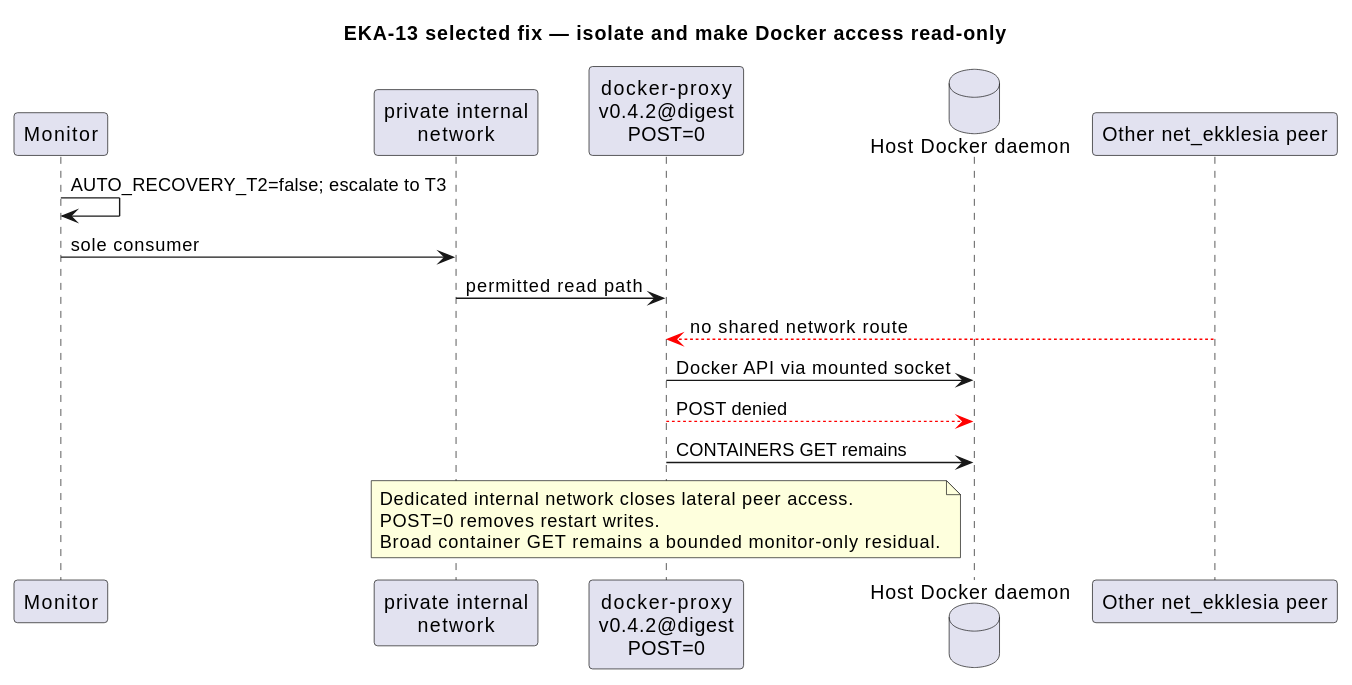
Before: docs/architecture/main-path_001.svg, a diagram exported from PlantUML (NeaBouli/pnyx).
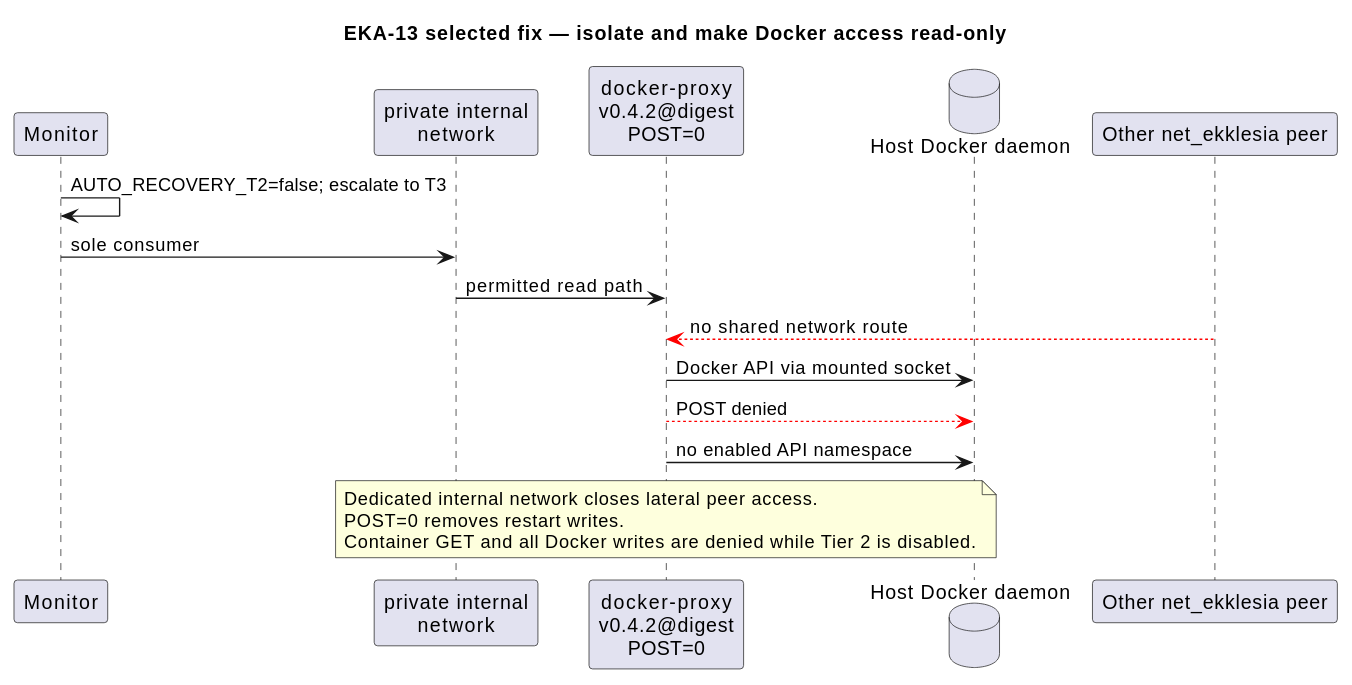
Later version of the same file.

Commit message:
fix(infra): remove unused Docker read capability

Change to the diagram source:
```diff
@@ -1,4 +1,5 @@
 @startuml
+!pragma layout smetana
 title EKA-13 selected fix — isolate and make Docker access read-only
 participant "Monitor" as Monitor
 participant "private internal\nnetwork" as Private
@@ -12,11 +13,11 @@
 Peer -[#red,dashed]> Proxy : no shared network route
 Proxy -> Docker : Docker API via mounted socket
 Proxy -[#red,dashed]> Docker : POST denied
-Proxy -> Docker : CONTAINERS GET remains
+Proxy -> Docker : no enabled API namespace
 
 note over Proxy
 Dedicated internal network closes lateral peer access.
 POST=0 removes restart writes.
-Broad container GET remains a bounded monitor-only residual.
+Container GET and all Docker writes are denied while Tier 2 is disabled.
 end note
 @enduml
```
